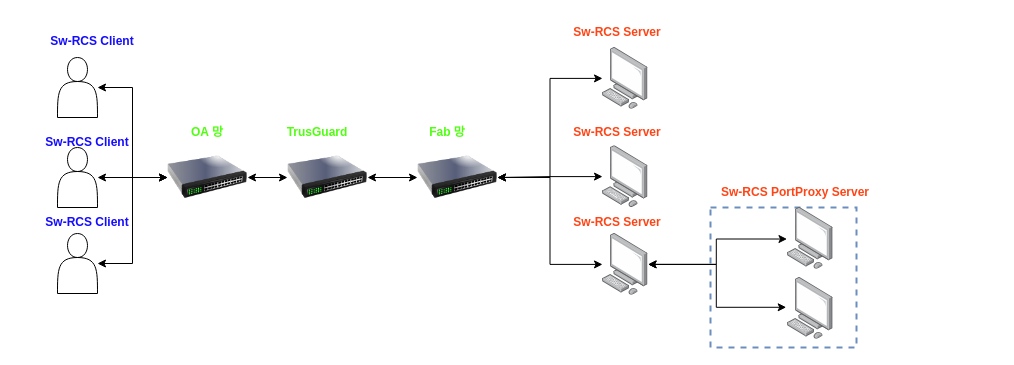
The draw.io diagram UML/mirero/SwRcs/SwRcsServer 인프라구성.drawio in rhkdguskim/Study, before the edit. Source tidied: cells renumbered, new cells numbered last; positions are measured from the earlier drawing's top-left corner, leaving out a move shared by most shapes. Both pictures are drawn from the tidied source at 100%, with x=0, y=0 at pixel (17, 17).
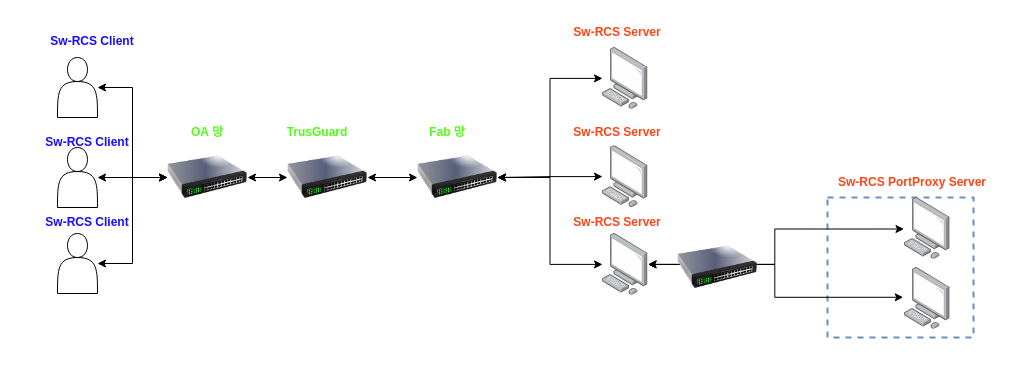
Above is the later version.

Commit message (it also covers changes not shown here):
SwRcsServer 인프라구성.drawio 업데이트

Change to the diagram source:
```diff
@@
     <mxCell id="2" style="rounded=0;whiteSpace=wrap;html=1;fillColor=none;dashed=1;strokeColor=#6c8ebf;strokeWidth=2;" parent="1" vertex="1">
-      <mxGeometry x="693" y="190" width="146" height="140" as="geometry" />
+      <mxGeometry x="810" y="180" width="146" height="140" as="geometry" />
     </mxCell>
@@
     <mxCell id="23" style="image;points=[];html=1;align=center;shadow=0;dashed=0;image=img/lib/allied_telesis/computer_and_terminals/Personal_Computer.svg;" parent="1" vertex="1">
-      <mxGeometry x="767" y="190" width="51.6" height="61.8" as="geometry" />
+      <mxGeometry x="884" y="180" width="51.6" height="61.8" as="geometry" />
     </mxCell>
     <mxCell id="24" style="image;points=[];html=1;align=center;shadow=0;dashed=0;image=img/lib/allied_telesis/computer_and_terminals/Personal_Computer.svg;" parent="1" vertex="1">
-      <mxGeometry x="767" y="260" width="51.6" height="61.8" as="geometry" />
+      <mxGeometry x="884" y="250" width="51.6" height="61.8" as="geometry" />
     </mxCell>
     <mxCell id="25" value="Sw-RCS PortProxy Server" style="text;html=1;align=center;verticalAlign=middle;whiteSpace=wrap;rounded=0;fontColor=#FF4517;fontStyle=1;" parent="1" vertex="1">
-      <mxGeometry x="693" y="160" width="170" height="30" as="geometry" />
+      <mxGeometry x="810" y="150" width="170" height="30" as="geometry" />
     </mxCell>
@@
+    <mxCell id="34" style="image;html=1;image=img/lib/clip_art/networking/Switch_128x128.png;" parent="1" vertex="1">
+      <mxGeometry x="660" y="210" width="80" height="80" as="geometry" />
+    </mxCell>
```
